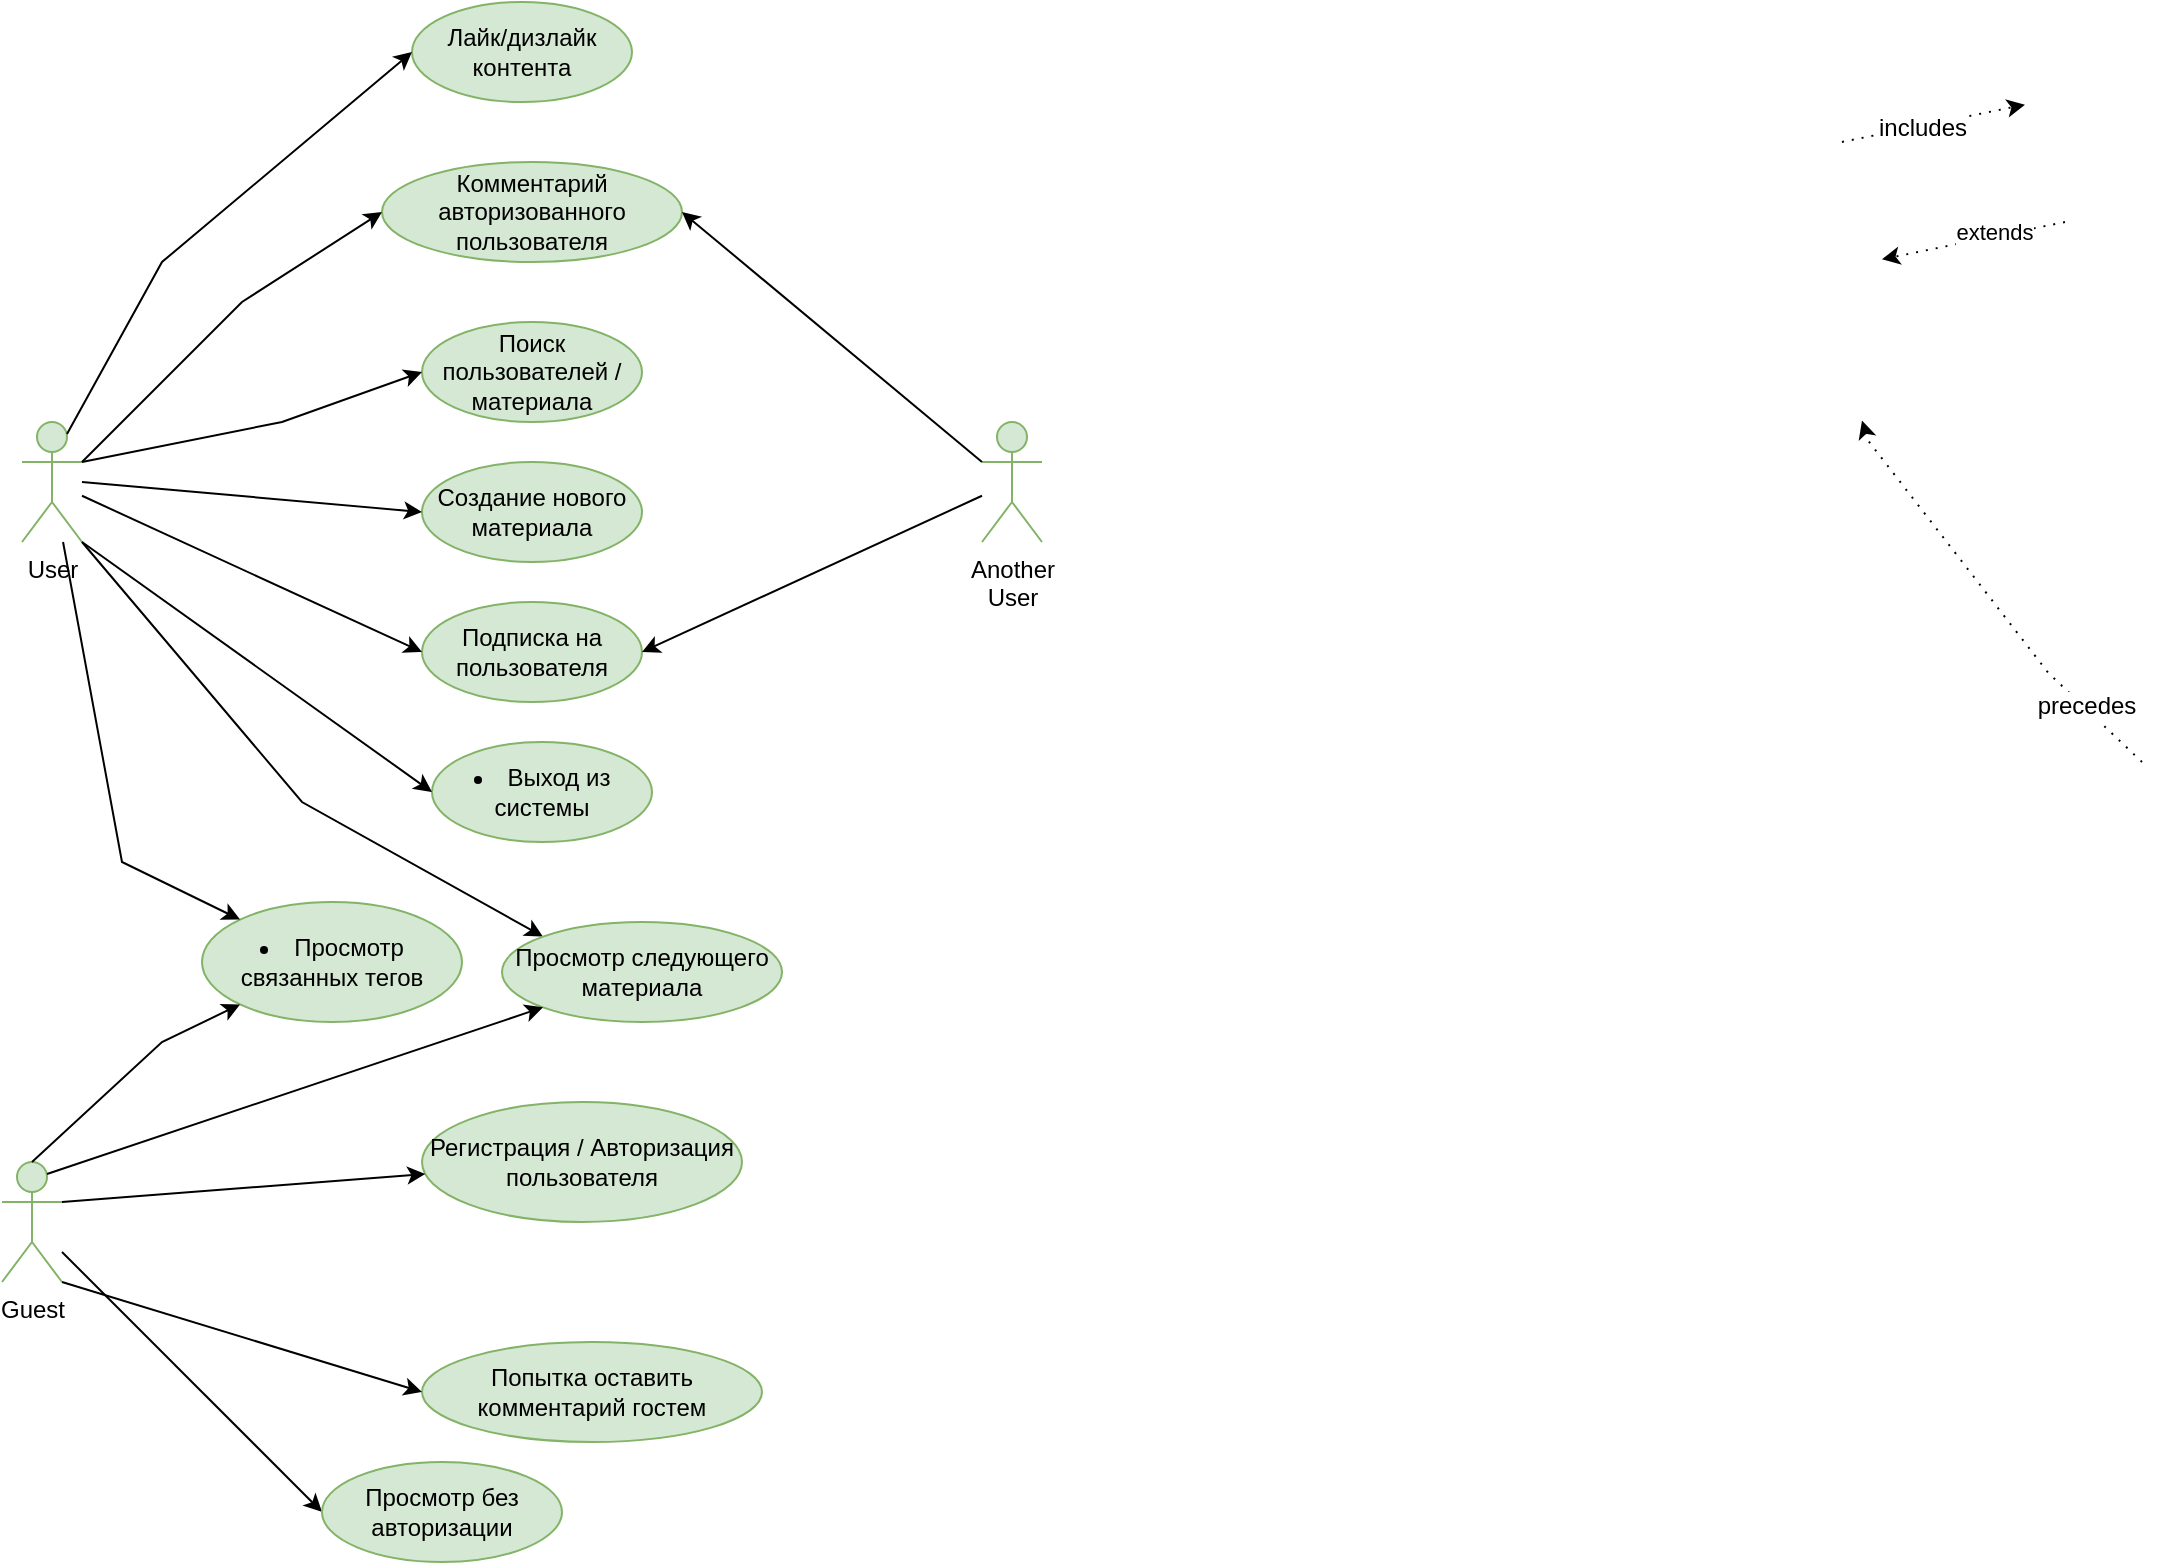
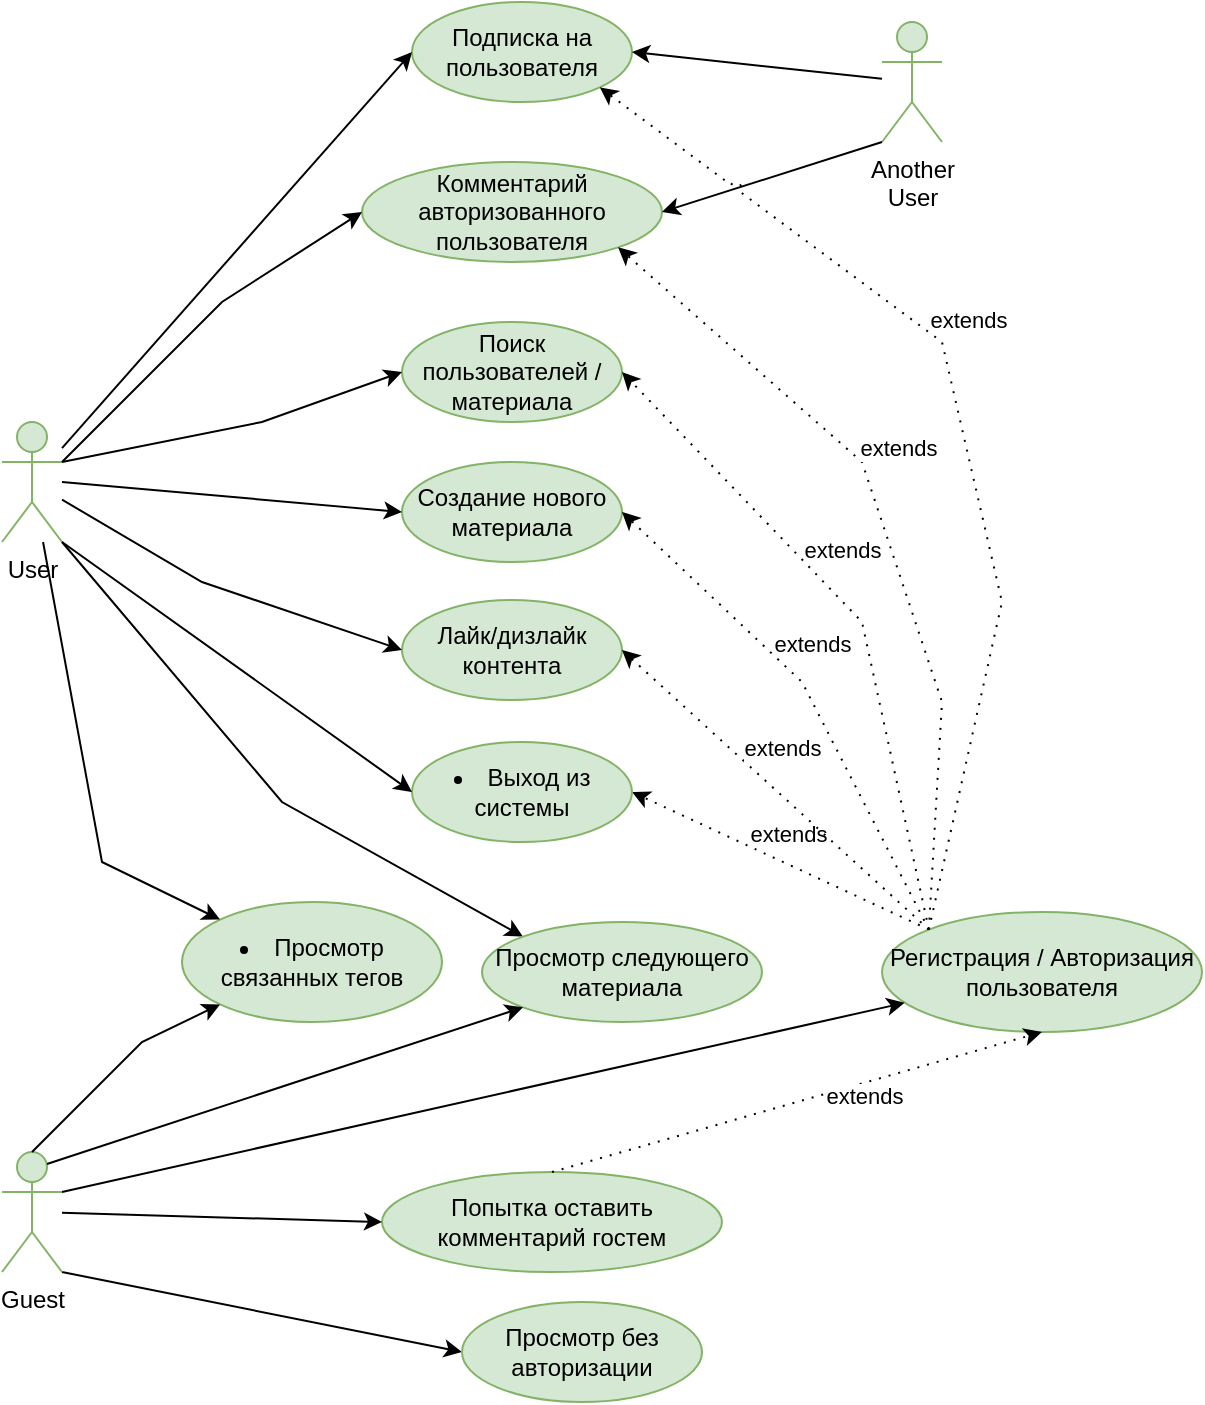
<mxfile host="app.diagrams.net" agent="Mozilla/5.0 (Windows NT 10.0; Win64; x64) AppleWebKit/537.36 (KHTML, like Gecko) Chrome/146.0.0.0 Safari/537.36" version="29.6.1">
  <diagram name="Страница-1" id="sLjGxnxwQ31njyU5t7fX">
-     <mxGraphModel dx="1158" dy="586" grid="1" gridSize="10" guides="1" tooltips="1" connect="1" arrows="1" fold="1" page="1" pageScale="1" pageWidth="827" pageHeight="1169" math="0" shadow="0">
+     <mxGraphModel dx="1303" dy="659" grid="1" gridSize="10" guides="1" tooltips="1" connect="1" arrows="1" fold="1" page="1" pageScale="1" pageWidth="827" pageHeight="1169" math="0" shadow="0">
      <root>
        <mxCell id="0" />
        <mxCell id="1" parent="0" />
        <mxCell id="_Qi1219yS9ZW0ZadWv2R-6" parent="1" style="shape=umlActor;verticalLabelPosition=bottom;verticalAlign=top;html=1;fontFamily=Helvetica;fontSize=12;align=center;strokeColor=#82b366;strokeWidth=1;fillColor=#d5e8d4;" value="User" vertex="1">
          <mxGeometry height="60" width="30" x="580" y="1030" as="geometry" />
        </mxCell>
-         <mxCell id="_Qi1219yS9ZW0ZadWv2R-10" edge="1" parent="1" style="edgeStyle=none;rounded=0;jumpStyle=arc;orthogonalLoop=1;jettySize=auto;html=1;dashed=1;dashPattern=1 4;fontSize=12;fontColor=#000000;">
-           <mxGeometry relative="1" as="geometry">
-             <mxPoint x="1601.4942518963035" y="930.0020802781348" as="sourcePoint" />
-             <mxPoint x="1510.001383448086" y="948.6517233103827" as="targetPoint" />
+         <mxCell id="_Qi1219yS9ZW0ZadWv2R-10" edge="1" parent="1" source="_Qi1219yS9ZW0ZadWv2R-46" style="edgeStyle=none;rounded=0;jumpStyle=arc;orthogonalLoop=1;jettySize=auto;html=1;dashed=1;dashPattern=1 4;fontSize=12;fontColor=#000000;exitX=0;exitY=0;exitDx=0;exitDy=0;entryX=1;entryY=0.5;entryDx=0;entryDy=0;" target="_Qi1219yS9ZW0ZadWv2R-99">
+           <mxGeometry relative="1" as="geometry">
+             <mxPoint x="1061.4942518963035" y="1180.0020802781348" as="sourcePoint" />
+             <mxPoint x="970.001383448086" y="1198.6517233103827" as="targetPoint" />
          </mxGeometry>
        </mxCell>
        <mxCell id="_Qi1219yS9ZW0ZadWv2R-11" connectable="0" parent="_Qi1219yS9ZW0ZadWv2R-10" style="edgeLabel;html=1;align=center;verticalAlign=middle;resizable=0;points=[];" value="extends" vertex="1">
          <mxGeometry relative="1" x="0.1968" y="1" as="geometry">
            <mxPoint x="18.81" y="-7.78" as="offset" />
          </mxGeometry>
        </mxCell>
-         <mxCell id="_Qi1219yS9ZW0ZadWv2R-44" edge="1" parent="1" style="edgeStyle=none;rounded=0;jumpStyle=arc;orthogonalLoop=1;jettySize=auto;html=1;dashed=1;dashPattern=1 4;fontSize=12;fontColor=#000000;">
-           <mxGeometry relative="1" as="geometry">
-             <mxPoint x="1489.9957481036909" y="889.9979197218661" as="sourcePoint" />
-             <mxPoint x="1581.4886165519183" y="871.3482766896163" as="targetPoint" />
-           </mxGeometry>
-         </mxCell>
-         <mxCell id="_Qi1219yS9ZW0ZadWv2R-45" connectable="0" parent="_Qi1219yS9ZW0ZadWv2R-44" style="edgeLabel;html=1;align=center;verticalAlign=middle;resizable=0;points=[];fontSize=12;" value="includes" vertex="1">
-           <mxGeometry relative="1" x="-0.4653" y="2" as="geometry">
-             <mxPoint x="15.21" as="offset" />
-           </mxGeometry>
-         </mxCell>
        <mxCell id="_Qi1219yS9ZW0ZadWv2R-46" parent="1" style="ellipse;whiteSpace=wrap;html=1;rounded=1;strokeWidth=1;fontSize=12;fillColor=#d5e8d4;strokeColor=#82b366;" value="Регистрация / Авторизация пользователя" vertex="1">
-           <mxGeometry height="60" width="160" x="780" y="1370" as="geometry" />
-         </mxCell>
-         <mxCell id="_Qi1219yS9ZW0ZadWv2R-51" edge="1" parent="1" style="edgeStyle=none;rounded=0;jumpStyle=arc;orthogonalLoop=1;jettySize=auto;html=1;dashed=1;dashPattern=1 4;startArrow=none;startFill=0;endArrow=classic;endFill=1;fontSize=12;fontColor=#000000;">
-           <mxGeometry relative="1" as="geometry">
-             <Array as="points">
-               <mxPoint x="1593.15" y="1155.42" />
-               <mxPoint x="1503.15" y="1039.42" />
-             </Array>
-             <mxPoint x="1640" y="1200" as="sourcePoint" />
-             <mxPoint x="1500.0014403574442" y="1029.2564712957364" as="targetPoint" />
-           </mxGeometry>
-         </mxCell>
-         <mxCell id="_Qi1219yS9ZW0ZadWv2R-52" connectable="0" parent="_Qi1219yS9ZW0ZadWv2R-51" style="edgeLabel;html=1;align=center;verticalAlign=middle;resizable=0;points=[];fontSize=12;" value="precedes" vertex="1">
-           <mxGeometry relative="1" x="-0.6434" y="-1" as="geometry">
-             <mxPoint as="offset" />
-           </mxGeometry>
-         </mxCell>
-         <mxCell id="_Qi1219yS9ZW0ZadWv2R-66" edge="1" parent="1" source="_Qi1219yS9ZW0ZadWv2R-102" style="edgeStyle=none;rounded=0;orthogonalLoop=1;jettySize=auto;html=1;fontSize=12;fontColor=#000000;entryX=0;entryY=0.5;entryDx=0;entryDy=0;" target="_Qi1219yS9ZW0ZadWv2R-85">
+           <mxGeometry height="60" width="160" x="1020" y="1275" as="geometry" />
+         </mxCell>
+         <mxCell id="_Qi1219yS9ZW0ZadWv2R-66" edge="1" parent="1" source="_Qi1219yS9ZW0ZadWv2R-102" style="edgeStyle=none;rounded=0;orthogonalLoop=1;jettySize=auto;html=1;fontSize=12;fontColor=#000000;entryX=0;entryY=0.5;entryDx=0;entryDy=0;exitX=1;exitY=1;exitDx=0;exitDy=0;exitPerimeter=0;" target="_Qi1219yS9ZW0ZadWv2R-85">
          <mxGeometry relative="1" as="geometry">
            <mxPoint x="620" y="1429.9952173913043" as="sourcePoint" />
            <mxPoint x="724.8484890593343" y="1468.965913137658" as="targetPoint" />
          </mxGeometry>
        </mxCell>
        <mxCell id="_Qi1219yS9ZW0ZadWv2R-67" edge="1" parent="1" source="_Qi1219yS9ZW0ZadWv2R-6" style="edgeStyle=none;rounded=0;orthogonalLoop=1;jettySize=auto;html=1;fontSize=12;fontColor=#000000;entryX=0;entryY=0;entryDx=0;entryDy=0;exitX=1;exitY=1;exitDx=0;exitDy=0;exitPerimeter=0;" target="_Qi1219yS9ZW0ZadWv2R-86">
          <mxGeometry relative="1" as="geometry">
            <Array as="points">
              <mxPoint x="720" y="1220" />
            </Array>
            <mxPoint x="610" y="1080" as="sourcePoint" />
            <mxPoint x="770" y="1200" as="targetPoint" />
          </mxGeometry>
        </mxCell>
        <mxCell id="_Qi1219yS9ZW0ZadWv2R-68" edge="1" parent="1" source="_Qi1219yS9ZW0ZadWv2R-102" style="edgeStyle=none;rounded=0;orthogonalLoop=1;jettySize=auto;html=1;fontSize=12;fontColor=#000000;exitX=1;exitY=0.3333333333333333;exitDx=0;exitDy=0;exitPerimeter=0;" target="_Qi1219yS9ZW0ZadWv2R-46">
          <mxGeometry relative="1" as="geometry">
            <mxPoint x="620" y="1532.3076923076924" as="sourcePoint" />
          </mxGeometry>
        </mxCell>
        <mxCell id="_Qi1219yS9ZW0ZadWv2R-85" parent="1" style="ellipse;whiteSpace=wrap;html=1;rounded=1;strokeWidth=1;fontSize=12;fillColor=#d5e8d4;strokeColor=#82b366;" value="Просмотр без авторизации" vertex="1">
-           <mxGeometry height="50" width="120" x="730" y="1550" as="geometry" />
+           <mxGeometry height="50" width="120" x="810" y="1470" as="geometry" />
        </mxCell>
        <mxCell id="_Qi1219yS9ZW0ZadWv2R-86" parent="1" style="ellipse;whiteSpace=wrap;html=1;rounded=1;strokeWidth=1;fontSize=12;fillColor=#d5e8d4;strokeColor=#82b366;" value="Просмотр следующего материала" vertex="1">
          <mxGeometry height="50" width="140" x="820" y="1280" as="geometry" />
        </mxCell>
        <mxCell id="_Qi1219yS9ZW0ZadWv2R-87" parent="1" style="ellipse;whiteSpace=wrap;html=1;rounded=1;strokeWidth=1;fontSize=12;fillColor=#d5e8d4;strokeColor=#82b366;" value="Лайк/дизлайк контента" vertex="1">
-           <mxGeometry height="50" width="110" x="775" y="820" as="geometry" />
-         </mxCell>
-         <mxCell id="_Qi1219yS9ZW0ZadWv2R-89" edge="1" parent="1" source="_Qi1219yS9ZW0ZadWv2R-6" style="edgeStyle=none;rounded=0;orthogonalLoop=1;jettySize=auto;html=1;fontSize=12;fontColor=#000000;entryX=0;entryY=0.5;entryDx=0;entryDy=0;exitX=0.75;exitY=0.1;exitDx=0;exitDy=0;exitPerimeter=0;" target="_Qi1219yS9ZW0ZadWv2R-87">
-           <mxGeometry relative="1" as="geometry">
-             <Array as="points">
-               <mxPoint x="650" y="950" />
+           <mxGeometry height="50" width="110" x="780" y="1119" as="geometry" />
+         </mxCell>
+         <mxCell id="_Qi1219yS9ZW0ZadWv2R-89" edge="1" parent="1" source="_Qi1219yS9ZW0ZadWv2R-6" style="edgeStyle=none;rounded=0;orthogonalLoop=1;jettySize=auto;html=1;fontSize=12;fontColor=#000000;entryX=0;entryY=0.5;entryDx=0;entryDy=0;" target="_Qi1219yS9ZW0ZadWv2R-87">
+           <mxGeometry relative="1" as="geometry">
+             <Array as="points">
+               <mxPoint x="680" y="1110" />
            </Array>
            <mxPoint x="600" y="1100" as="sourcePoint" />
            <mxPoint x="680" y="1229" as="targetPoint" />
          </mxGeometry>
        </mxCell>
        <mxCell id="_Qi1219yS9ZW0ZadWv2R-90" parent="1" style="ellipse;whiteSpace=wrap;html=1;rounded=1;strokeWidth=1;fontSize=12;fillColor=#d5e8d4;strokeColor=#82b366;" value="&lt;li data-section-id=&quot;1mjap5h&quot; data-start=&quot;1347&quot; data-end=&quot;1377&quot;&gt;&lt;span data-start=&quot;1349&quot; data-end=&quot;1377&quot;&gt;Просмотр связанных тегов&lt;/span&gt;&lt;/li&gt;" vertex="1">
          <mxGeometry height="60" width="130" x="670" y="1270" as="geometry" />
        </mxCell>
        <mxCell id="_Qi1219yS9ZW0ZadWv2R-92" edge="1" parent="1" source="_Qi1219yS9ZW0ZadWv2R-6" style="edgeStyle=none;rounded=0;orthogonalLoop=1;jettySize=auto;html=1;fontSize=12;fontColor=#000000;entryX=0;entryY=0;entryDx=0;entryDy=0;" target="_Qi1219yS9ZW0ZadWv2R-90">
          <mxGeometry relative="1" as="geometry">
            <Array as="points">
              <mxPoint x="630" y="1250" />
            </Array>
            <mxPoint x="710" y="1060" as="sourcePoint" />
            <mxPoint x="810" y="1090" as="targetPoint" />
          </mxGeometry>
        </mxCell>
        <mxCell id="_Qi1219yS9ZW0ZadWv2R-93" parent="1" style="ellipse;whiteSpace=wrap;html=1;rounded=1;strokeWidth=1;fontSize=12;fillColor=#d5e8d4;strokeColor=#82b366;" value="Попытка оставить комментарий гостем" vertex="1">
-           <mxGeometry height="50" width="170" x="780" y="1490" as="geometry" />
+           <mxGeometry height="50" width="170" x="770" y="1405" as="geometry" />
        </mxCell>
        <mxCell id="_Qi1219yS9ZW0ZadWv2R-96" parent="1" style="ellipse;whiteSpace=wrap;html=1;rounded=1;strokeWidth=1;fontSize=12;fillColor=#d5e8d4;strokeColor=#82b366;" value="Создание нового материала" vertex="1">
          <mxGeometry height="50" width="110" x="780" y="1050" as="geometry" />
        </mxCell>
        <mxCell id="_Qi1219yS9ZW0ZadWv2R-97" parent="1" style="ellipse;whiteSpace=wrap;html=1;rounded=1;strokeWidth=1;fontSize=12;fillColor=#d5e8d4;strokeColor=#82b366;" value="Подписка на пользователя" vertex="1">
-           <mxGeometry height="50" width="110" x="780" y="1120" as="geometry" />
+           <mxGeometry height="50" width="110" x="785" y="820" as="geometry" />
        </mxCell>
        <mxCell id="_Qi1219yS9ZW0ZadWv2R-98" parent="1" style="ellipse;whiteSpace=wrap;html=1;rounded=1;strokeWidth=1;fontSize=12;fillColor=#d5e8d4;strokeColor=#82b366;" value="Комментарий авторизованного пользователя" vertex="1">
          <mxGeometry height="50" width="150" x="760" y="900" as="geometry" />
        </mxCell>
        <mxCell id="_Qi1219yS9ZW0ZadWv2R-99" parent="1" style="ellipse;whiteSpace=wrap;html=1;rounded=1;strokeWidth=1;fontSize=12;fillColor=#d5e8d4;strokeColor=#82b366;" value="&lt;li data-section-id=&quot;85c4kp&quot; data-start=&quot;1530&quot; data-end=&quot;1552&quot;&gt;&lt;span data-start=&quot;1532&quot; data-end=&quot;1552&quot;&gt;Выход из системы&lt;/span&gt;&lt;/li&gt;" vertex="1">
          <mxGeometry height="50" width="110" x="785" y="1190" as="geometry" />
        </mxCell>
        <mxCell id="_Qi1219yS9ZW0ZadWv2R-100" parent="1" style="ellipse;whiteSpace=wrap;html=1;rounded=1;strokeWidth=1;fontSize=12;fillColor=#d5e8d4;strokeColor=#82b366;" value="Поиск пользователей / материала" vertex="1">
          <mxGeometry height="50" width="110" x="780" y="980" as="geometry" />
        </mxCell>
        <mxCell id="_Qi1219yS9ZW0ZadWv2R-102" parent="1" style="shape=umlActor;verticalLabelPosition=bottom;verticalAlign=top;html=1;fontFamily=Helvetica;fontSize=12;align=center;strokeColor=#82b366;strokeWidth=1;fillColor=#d5e8d4;" value="Guest" vertex="1">
-           <mxGeometry height="60" width="30" x="570" y="1400" as="geometry" />
+           <mxGeometry height="60" width="30" x="580" y="1395" as="geometry" />
        </mxCell>
        <mxCell id="_Qi1219yS9ZW0ZadWv2R-103" edge="1" parent="1" source="_Qi1219yS9ZW0ZadWv2R-102" style="edgeStyle=none;rounded=0;orthogonalLoop=1;jettySize=auto;html=1;fontSize=12;fontColor=#000000;entryX=0;entryY=1;entryDx=0;entryDy=0;exitX=0.5;exitY=0;exitDx=0;exitDy=0;exitPerimeter=0;" target="_Qi1219yS9ZW0ZadWv2R-90">
          <mxGeometry relative="1" as="geometry">
            <Array as="points">
              <mxPoint x="650" y="1340" />
            </Array>
            <mxPoint x="660" y="1260" as="sourcePoint" />
            <mxPoint x="799" y="1460" as="targetPoint" />
          </mxGeometry>
        </mxCell>
        <mxCell id="_Qi1219yS9ZW0ZadWv2R-104" edge="1" parent="1" source="_Qi1219yS9ZW0ZadWv2R-102" style="edgeStyle=none;rounded=0;orthogonalLoop=1;jettySize=auto;html=1;fontSize=12;fontColor=#000000;entryX=0;entryY=1;entryDx=0;entryDy=0;exitX=0.75;exitY=0.1;exitDx=0;exitDy=0;exitPerimeter=0;" target="_Qi1219yS9ZW0ZadWv2R-86">
          <mxGeometry relative="1" as="geometry">
            <Array as="points" />
            <mxPoint x="660" y="1419" as="sourcePoint" />
            <mxPoint x="794" y="1340" as="targetPoint" />
          </mxGeometry>
        </mxCell>
-         <mxCell id="_Qi1219yS9ZW0ZadWv2R-105" edge="1" parent="1" source="_Qi1219yS9ZW0ZadWv2R-102" style="edgeStyle=none;rounded=0;orthogonalLoop=1;jettySize=auto;html=1;fontSize=12;fontColor=#000000;entryX=0;entryY=0.5;entryDx=0;entryDy=0;exitX=1;exitY=1;exitDx=0;exitDy=0;exitPerimeter=0;" target="_Qi1219yS9ZW0ZadWv2R-93">
-           <mxGeometry relative="1" as="geometry">
-             <mxPoint x="630" y="1517.71" as="sourcePoint" />
+         <mxCell id="_Qi1219yS9ZW0ZadWv2R-105" edge="1" parent="1" source="_Qi1219yS9ZW0ZadWv2R-102" style="edgeStyle=none;rounded=0;orthogonalLoop=1;jettySize=auto;html=1;fontSize=12;fontColor=#000000;entryX=0;entryY=0.5;entryDx=0;entryDy=0;" target="_Qi1219yS9ZW0ZadWv2R-93">
+           <mxGeometry relative="1" as="geometry">
+             <mxPoint x="600" y="1440" as="sourcePoint" />
            <mxPoint x="810" y="1575.71" as="targetPoint" />
          </mxGeometry>
        </mxCell>
        <mxCell id="_Qi1219yS9ZW0ZadWv2R-106" edge="1" parent="1" source="_Qi1219yS9ZW0ZadWv2R-6" style="edgeStyle=none;rounded=0;orthogonalLoop=1;jettySize=auto;html=1;fontSize=12;fontColor=#000000;entryX=0;entryY=0.5;entryDx=0;entryDy=0;exitX=1;exitY=0.3333333333333333;exitDx=0;exitDy=0;exitPerimeter=0;" target="_Qi1219yS9ZW0ZadWv2R-98">
          <mxGeometry relative="1" as="geometry">
            <Array as="points">
              <mxPoint x="690" y="970" />
            </Array>
            <mxPoint x="700" y="1191" as="sourcePoint" />
            <mxPoint x="872" y="1000" as="targetPoint" />
          </mxGeometry>
        </mxCell>
        <mxCell id="_Qi1219yS9ZW0ZadWv2R-107" edge="1" parent="1" source="_Qi1219yS9ZW0ZadWv2R-6" style="edgeStyle=none;rounded=0;orthogonalLoop=1;jettySize=auto;html=1;fontSize=12;fontColor=#000000;entryX=0;entryY=0.5;entryDx=0;entryDy=0;exitX=1;exitY=0.3333333333333333;exitDx=0;exitDy=0;exitPerimeter=0;" target="_Qi1219yS9ZW0ZadWv2R-100">
          <mxGeometry relative="1" as="geometry">
            <Array as="points">
              <mxPoint x="710" y="1030" />
            </Array>
            <mxPoint x="700" y="1115" as="sourcePoint" />
            <mxPoint x="850" y="990" as="targetPoint" />
          </mxGeometry>
        </mxCell>
        <mxCell id="_Qi1219yS9ZW0ZadWv2R-108" edge="1" parent="1" style="edgeStyle=none;rounded=0;orthogonalLoop=1;jettySize=auto;html=1;fontSize=12;fontColor=#000000;entryX=0;entryY=0.5;entryDx=0;entryDy=0;" target="_Qi1219yS9ZW0ZadWv2R-96">
          <mxGeometry relative="1" as="geometry">
            <Array as="points" />
            <mxPoint x="610" y="1060" as="sourcePoint" />
            <mxPoint x="910" y="1060" as="targetPoint" />
          </mxGeometry>
        </mxCell>
        <mxCell id="_Qi1219yS9ZW0ZadWv2R-109" edge="1" parent="1" source="_Qi1219yS9ZW0ZadWv2R-6" style="edgeStyle=none;rounded=0;orthogonalLoop=1;jettySize=auto;html=1;fontSize=12;fontColor=#000000;entryX=0;entryY=0.5;entryDx=0;entryDy=0;" target="_Qi1219yS9ZW0ZadWv2R-97">
          <mxGeometry relative="1" as="geometry">
            <Array as="points" />
            <mxPoint x="730" y="1070" as="sourcePoint" />
            <mxPoint x="900" y="1085" as="targetPoint" />
          </mxGeometry>
        </mxCell>
        <mxCell id="_Qi1219yS9ZW0ZadWv2R-110" edge="1" parent="1" source="_Qi1219yS9ZW0ZadWv2R-6" style="edgeStyle=none;rounded=0;orthogonalLoop=1;jettySize=auto;html=1;fontSize=12;fontColor=#000000;entryX=0;entryY=0.5;entryDx=0;entryDy=0;exitX=1;exitY=1;exitDx=0;exitDy=0;exitPerimeter=0;" target="_Qi1219yS9ZW0ZadWv2R-99">
          <mxGeometry relative="1" as="geometry">
            <Array as="points" />
            <mxPoint x="720" y="1110" as="sourcePoint" />
            <mxPoint x="890" y="1188" as="targetPoint" />
          </mxGeometry>
        </mxCell>
        <mxCell id="_Qi1219yS9ZW0ZadWv2R-111" parent="1" style="shape=umlActor;verticalLabelPosition=bottom;verticalAlign=top;html=1;fontFamily=Helvetica;fontSize=12;align=center;strokeColor=#82b366;strokeWidth=1;fillColor=#d5e8d4;" value="Another&lt;div&gt;User&lt;/div&gt;" vertex="1">
-           <mxGeometry height="60" width="30" x="1060" y="1030" as="geometry" />
-         </mxCell>
-         <mxCell id="_Qi1219yS9ZW0ZadWv2R-113" edge="1" parent="1" source="_Qi1219yS9ZW0ZadWv2R-111" style="edgeStyle=none;rounded=0;orthogonalLoop=1;jettySize=auto;html=1;fontSize=12;fontColor=#000000;entryX=1;entryY=0.5;entryDx=0;entryDy=0;exitX=0;exitY=0.3333333333333333;exitDx=0;exitDy=0;exitPerimeter=0;" target="_Qi1219yS9ZW0ZadWv2R-98">
+           <mxGeometry height="60" width="30" x="1020" y="830" as="geometry" />
+         </mxCell>
+         <mxCell id="_Qi1219yS9ZW0ZadWv2R-113" edge="1" parent="1" source="_Qi1219yS9ZW0ZadWv2R-111" style="edgeStyle=none;rounded=0;orthogonalLoop=1;jettySize=auto;html=1;fontSize=12;fontColor=#000000;entryX=1;entryY=0.5;entryDx=0;entryDy=0;exitX=0;exitY=1;exitDx=0;exitDy=0;exitPerimeter=0;" target="_Qi1219yS9ZW0ZadWv2R-98">
          <mxGeometry relative="1" as="geometry">
            <Array as="points" />
            <mxPoint x="990" y="1145" as="sourcePoint" />
            <mxPoint x="1140" y="1020" as="targetPoint" />
          </mxGeometry>
        </mxCell>
        <mxCell id="_Qi1219yS9ZW0ZadWv2R-116" edge="1" parent="1" source="_Qi1219yS9ZW0ZadWv2R-111" style="edgeStyle=none;rounded=0;orthogonalLoop=1;jettySize=auto;html=1;fontSize=12;fontColor=#000000;entryX=1;entryY=0.5;entryDx=0;entryDy=0;" target="_Qi1219yS9ZW0ZadWv2R-97">
          <mxGeometry relative="1" as="geometry">
            <Array as="points" />
            <mxPoint x="1130" y="1115" as="sourcePoint" />
            <mxPoint x="980" y="990" as="targetPoint" />
+           </mxGeometry>
+         </mxCell>
+         <mxCell id="_Qi1219yS9ZW0ZadWv2R-117" edge="1" parent="1" source="_Qi1219yS9ZW0ZadWv2R-93" style="edgeStyle=none;rounded=0;jumpStyle=arc;orthogonalLoop=1;jettySize=auto;html=1;dashed=1;dashPattern=1 4;fontSize=12;fontColor=#000000;exitX=0.5;exitY=0;exitDx=0;exitDy=0;entryX=0.5;entryY=1;entryDx=0;entryDy=0;" target="_Qi1219yS9ZW0ZadWv2R-46">
+           <mxGeometry relative="1" as="geometry">
+             <mxPoint x="911.4928684482175" y="1530" as="sourcePoint" />
+             <mxPoint x="820" y="1548.649643032248" as="targetPoint" />
+           </mxGeometry>
+         </mxCell>
+         <mxCell id="_Qi1219yS9ZW0ZadWv2R-118" connectable="0" parent="_Qi1219yS9ZW0ZadWv2R-117" style="edgeLabel;html=1;align=center;verticalAlign=middle;resizable=0;points=[];" value="extends" vertex="1">
+           <mxGeometry relative="1" x="0.1968" y="1" as="geometry">
+             <mxPoint x="9" y="5" as="offset" />
+           </mxGeometry>
+         </mxCell>
+         <mxCell id="_Qi1219yS9ZW0ZadWv2R-121" edge="1" parent="1" source="_Qi1219yS9ZW0ZadWv2R-46" style="edgeStyle=none;rounded=0;jumpStyle=arc;orthogonalLoop=1;jettySize=auto;html=1;dashed=1;dashPattern=1 4;fontSize=12;fontColor=#000000;exitX=0;exitY=0;exitDx=0;exitDy=0;entryX=1;entryY=0.5;entryDx=0;entryDy=0;" target="_Qi1219yS9ZW0ZadWv2R-87">
+           <mxGeometry relative="1" as="geometry">
+             <mxPoint x="1112.998616551914" y="1215.3482766896173" as="sourcePoint" />
+             <mxPoint x="1040" y="1130" as="targetPoint" />
+           </mxGeometry>
+         </mxCell>
+         <mxCell id="_Qi1219yS9ZW0ZadWv2R-122" connectable="0" parent="_Qi1219yS9ZW0ZadWv2R-121" style="edgeLabel;html=1;align=center;verticalAlign=middle;resizable=0;points=[];" value="extends" vertex="1">
+           <mxGeometry relative="1" x="0.1968" y="1" as="geometry">
+             <mxPoint x="18.81" y="-7.78" as="offset" />
+           </mxGeometry>
+         </mxCell>
+         <mxCell id="_Qi1219yS9ZW0ZadWv2R-125" edge="1" parent="1" source="_Qi1219yS9ZW0ZadWv2R-46" style="edgeStyle=none;rounded=0;jumpStyle=arc;orthogonalLoop=1;jettySize=auto;html=1;dashed=1;dashPattern=1 4;fontSize=12;fontColor=#000000;exitX=0;exitY=0;exitDx=0;exitDy=0;entryX=1;entryY=0.5;entryDx=0;entryDy=0;" target="_Qi1219yS9ZW0ZadWv2R-96">
+           <mxGeometry relative="1" as="geometry">
+             <Array as="points">
+               <mxPoint x="980" y="1160" />
+             </Array>
+             <mxPoint x="1083" y="1234" as="sourcePoint" />
+             <mxPoint x="1080" y="1080" as="targetPoint" />
+           </mxGeometry>
+         </mxCell>
+         <mxCell id="_Qi1219yS9ZW0ZadWv2R-126" connectable="0" parent="_Qi1219yS9ZW0ZadWv2R-125" style="edgeLabel;html=1;align=center;verticalAlign=middle;resizable=0;points=[];" value="extends" vertex="1">
+           <mxGeometry relative="1" x="0.1968" y="1" as="geometry">
+             <mxPoint x="18.81" y="-7.78" as="offset" />
+           </mxGeometry>
+         </mxCell>
+         <mxCell id="_Qi1219yS9ZW0ZadWv2R-127" edge="1" parent="1" source="_Qi1219yS9ZW0ZadWv2R-46" style="edgeStyle=none;rounded=0;jumpStyle=arc;orthogonalLoop=1;jettySize=auto;html=1;dashed=1;dashPattern=1 4;fontSize=12;fontColor=#000000;exitX=0;exitY=0;exitDx=0;exitDy=0;entryX=1;entryY=0.5;entryDx=0;entryDy=0;" target="_Qi1219yS9ZW0ZadWv2R-100">
+           <mxGeometry relative="1" as="geometry">
+             <Array as="points">
+               <mxPoint x="1010" y="1130" />
+             </Array>
+             <mxPoint x="1081.5" y="1275" as="sourcePoint" />
+             <mxPoint x="1118.5" y="1071" as="targetPoint" />
+           </mxGeometry>
+         </mxCell>
+         <mxCell id="_Qi1219yS9ZW0ZadWv2R-128" connectable="0" parent="_Qi1219yS9ZW0ZadWv2R-127" style="edgeLabel;html=1;align=center;verticalAlign=middle;resizable=0;points=[];" value="extends" vertex="1">
+           <mxGeometry relative="1" x="0.1968" y="1" as="geometry">
+             <mxPoint x="18.81" y="-7.78" as="offset" />
+           </mxGeometry>
+         </mxCell>
+         <mxCell id="_Qi1219yS9ZW0ZadWv2R-130" edge="1" parent="1" source="_Qi1219yS9ZW0ZadWv2R-46" style="edgeStyle=none;rounded=0;jumpStyle=arc;orthogonalLoop=1;jettySize=auto;html=1;dashed=1;dashPattern=1 4;fontSize=12;fontColor=#000000;exitX=0;exitY=0;exitDx=0;exitDy=0;entryX=1;entryY=1;entryDx=0;entryDy=0;" target="_Qi1219yS9ZW0ZadWv2R-98">
+           <mxGeometry relative="1" as="geometry">
+             <Array as="points">
+               <mxPoint x="1050" y="1170" />
+               <mxPoint x="1010" y="1050" />
+             </Array>
+             <mxPoint x="1103" y="1169" as="sourcePoint" />
+             <mxPoint x="950" y="890" as="targetPoint" />
+           </mxGeometry>
+         </mxCell>
+         <mxCell id="_Qi1219yS9ZW0ZadWv2R-131" connectable="0" parent="_Qi1219yS9ZW0ZadWv2R-130" style="edgeLabel;html=1;align=center;verticalAlign=middle;resizable=0;points=[];" value="extends" vertex="1">
+           <mxGeometry relative="1" x="0.1968" y="1" as="geometry">
+             <mxPoint x="18.81" y="-7.78" as="offset" />
+           </mxGeometry>
+         </mxCell>
+         <mxCell id="_Qi1219yS9ZW0ZadWv2R-132" edge="1" parent="1" source="_Qi1219yS9ZW0ZadWv2R-46" style="edgeStyle=none;rounded=0;jumpStyle=arc;orthogonalLoop=1;jettySize=auto;html=1;dashed=1;dashPattern=1 4;fontSize=12;fontColor=#000000;entryX=1;entryY=1;entryDx=0;entryDy=0;exitX=0;exitY=0;exitDx=0;exitDy=0;" target="_Qi1219yS9ZW0ZadWv2R-97">
+           <mxGeometry relative="1" as="geometry">
+             <Array as="points">
+               <mxPoint x="1080" y="1120" />
+               <mxPoint x="1050" y="990" />
+             </Array>
+             <mxPoint x="1050" y="1280" as="sourcePoint" />
+             <mxPoint x="1018" y="880" as="targetPoint" />
+           </mxGeometry>
+         </mxCell>
+         <mxCell id="_Qi1219yS9ZW0ZadWv2R-133" connectable="0" parent="_Qi1219yS9ZW0ZadWv2R-132" style="edgeLabel;html=1;align=center;verticalAlign=middle;resizable=0;points=[];" value="extends" vertex="1">
+           <mxGeometry relative="1" x="0.1968" y="1" as="geometry">
+             <mxPoint x="18.81" y="-7.78" as="offset" />
          </mxGeometry>
        </mxCell>
      </root>
    </mxGraphModel>
  </diagram>
</mxfile>
